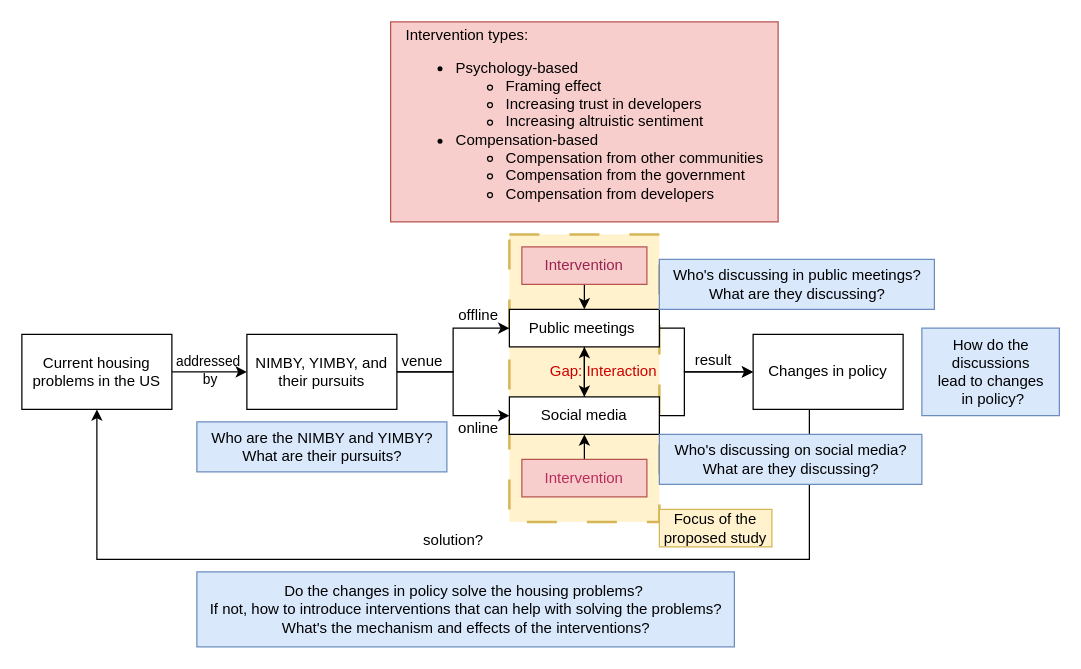
Above: Untitled Diagram.drawio in changgge/changgge (draw.io), before the change. Source tidied: cells renumbered, new cells numbered last; positions are measured from the earlier drawing's top-left corner, leaving out a move shared by most shapes. Both pictures are drawn from the tidied source at 125%, with x=0, y=0 at pixel (21, 21).
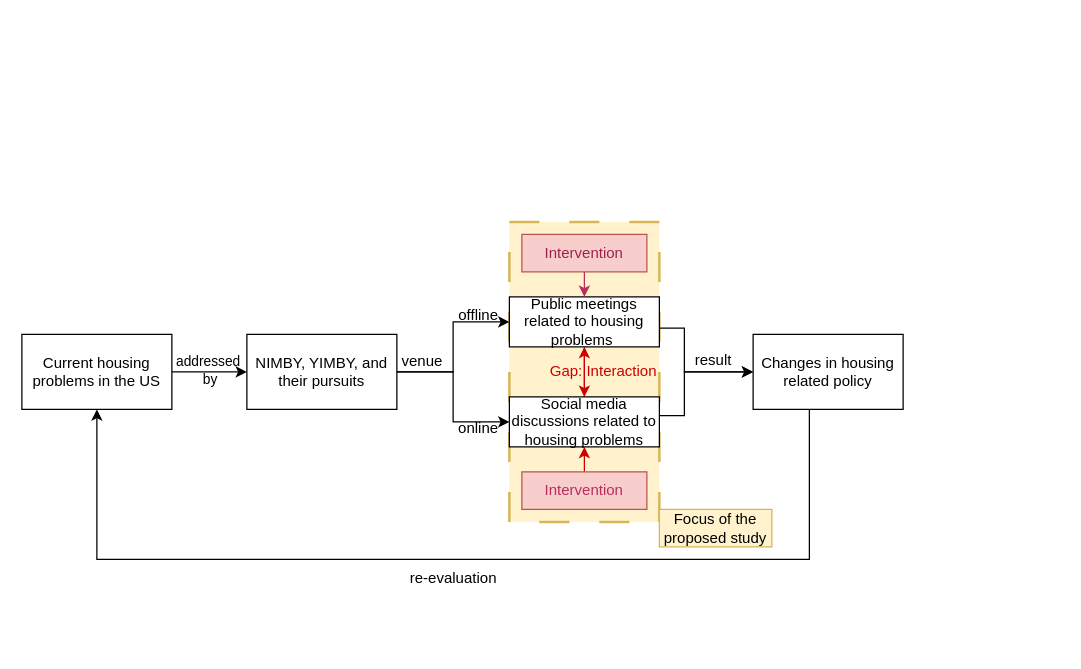
Above is the later version.

What changed in the source:
```diff
@@
     <mxCell id="2" style="rounded=0;whiteSpace=wrap;html=1;fillColor=#fff2cc;dashed=1;dashPattern=12 12;strokeColor=#d6b656;strokeWidth=2;perimeterSpacing=0;fillStyle=solid;" parent="1" vertex="1">
-      <mxGeometry x="390" y="170" width="120" height="230" as="geometry" />
+      <mxGeometry x="390" y="160" width="120" height="240" as="geometry" />
     </mxCell>
@@
-    <mxCell id="10" style="edgeStyle=orthogonalEdgeStyle;rounded=0;jettySize=auto;html=1;exitX=0.5;exitY=1;exitDx=0;exitDy=0;" parent="1" edge="1" source="11" target="16">
+    <mxCell id="10" style="edgeStyle=orthogonalEdgeStyle;rounded=0;jettySize=auto;html=1;exitX=0.5;exitY=1;exitDx=0;exitDy=0;strokeColor=#CC0000;" parent="1" edge="1" source="11" target="16">
       <mxGeometry relative="1" as="geometry" />
     </mxCell>
-    <mxCell id="11" value="Public meetings&amp;nbsp;" style="rounded=0;whiteSpace=wrap;html=1;" parent="1" vertex="1">
-      <mxGeometry x="390" y="230" width="120" height="30" as="geometry" />
+    <mxCell id="11" value="Public meetings related to housing problems&amp;nbsp;" style="rounded=0;whiteSpace=wrap;html=1;" parent="1" vertex="1">
+      <mxGeometry x="390" y="220" width="120" height="40" as="geometry" />
     </mxCell>
-    <mxCell id="12" style="edgeStyle=orthogonalEdgeStyle;rounded=0;jettySize=auto;html=1;exitX=0.5;exitY=0;exitDx=0;exitDy=0;entryX=0.5;entryY=1;entryDx=0;entryDy=0;" parent="1" edge="1" source="13" target="16">
+    <mxCell id="12" style="edgeStyle=orthogonalEdgeStyle;rounded=0;jettySize=auto;html=1;exitX=0.5;exitY=0;exitDx=0;exitDy=0;entryX=0.5;entryY=1;entryDx=0;entryDy=0;strokeColor=#CC0000;" parent="1" edge="1" source="13" target="16">
       <mxGeometry relative="1" as="geometry" />
     </mxCell>
     <mxCell id="13" value="&lt;font color=&quot;#b92d5d&quot;&gt;Intervention&lt;/font&gt;" style="rounded=0;whiteSpace=wrap;html=1;fillColor=#f8cecc;strokeColor=#b85450;" parent="1" vertex="1">
-      <mxGeometry x="400" y="350" width="100" height="30" as="geometry" />
+      <mxGeometry x="400" y="360" width="100" height="30" as="geometry" />
     </mxCell>
-    <mxCell id="14" style="edgeStyle=orthogonalEdgeStyle;rounded=0;jettySize=auto;html=1;exitX=0.5;exitY=0;exitDx=0;exitDy=0;entryX=0.5;entryY=1;entryDx=0;entryDy=0;" parent="1" edge="1" source="16" target="11">
+    <mxCell id="14" style="edgeStyle=orthogonalEdgeStyle;rounded=0;jettySize=auto;html=1;exitX=0.5;exitY=0;exitDx=0;exitDy=0;entryX=0.5;entryY=1;entryDx=0;entryDy=0;strokeColor=#CC0000;" parent="1" edge="1" source="16" target="11">
       <mxGeometry relative="1" as="geometry" />
     </mxCell>
@@
-    <mxCell id="16" value="Social media" style="rounded=0;whiteSpace=wrap;html=1;" parent="1" vertex="1">
-      <mxGeometry x="390" y="300" width="120" height="30" as="geometry" />
+    <mxCell id="16" value="Social media discussions related to housing problems" style="rounded=0;whiteSpace=wrap;html=1;" parent="1" vertex="1">
+      <mxGeometry x="390" y="300" width="120" height="40" as="geometry" />
     </mxCell>
-    <mxCell id="17" style="edgeStyle=orthogonalEdgeStyle;rounded=0;jettySize=auto;html=1;exitX=0.5;exitY=1;exitDx=0;exitDy=0;entryX=0.5;entryY=0;entryDx=0;entryDy=0;" parent="1" edge="1" source="22" target="11">
+    <mxCell id="17" style="edgeStyle=orthogonalEdgeStyle;rounded=0;jettySize=auto;html=1;exitX=0.5;exitY=1;exitDx=0;exitDy=0;entryX=0.5;entryY=0;entryDx=0;entryDy=0;strokeColor=#b92d5d;" parent="1" edge="1" source="22" target="11">
       <mxGeometry relative="1" as="geometry" />
     </mxCell>
@@
-    <mxCell id="19" value="Changes in policy" style="rounded=0;whiteSpace=wrap;html=1;" parent="1" vertex="1">
+    <mxCell id="19" value="Changes in housing related policy" style="rounded=0;whiteSpace=wrap;html=1;" parent="1" vertex="1">
       <mxGeometry x="585" y="250" width="120" height="60" as="geometry" />
     </mxCell>
@@
     <mxCell id="22" value="&lt;font color=&quot;#9a244f&quot;&gt;Intervention&lt;/font&gt;" style="rounded=0;whiteSpace=wrap;html=1;fillColor=#f8cecc;strokeColor=#b85450;" parent="1" vertex="1">
-      <mxGeometry x="400" y="180" width="100" height="30" as="geometry" />
+      <mxGeometry x="400" y="170" width="100" height="30" as="geometry" />
     </mxCell>
@@
-    <mxCell id="24" value="solution?" style="text;html=1;align=center;verticalAlign=middle;strokeColor=none;fillColor=none;" parent="1" vertex="1">
-      <mxGeometry x="310" y="400" width="70" height="30" as="geometry" />
+    <mxCell id="24" value="re-evaluation" style="text;html=1;align=center;verticalAlign=middle;strokeColor=none;fillColor=none;" parent="1" vertex="1">
+      <mxGeometry x="300" y="430" width="90" height="30" as="geometry" />
     </mxCell>
-    <mxCell id="25" value="Who are the NIMBY and YIMBY?&lt;br&gt;What are their pursuits?" style="text;html=1;align=center;verticalAlign=middle;strokeColor=#6c8ebf;fillColor=#dae8fc;" parent="1" vertex="1">
-      <mxGeometry x="140" y="320" width="200" height="40" as="geometry" />
-    </mxCell>
-    <mxCell id="26" value="Who's discussing in public meetings?&lt;br&gt;What are they discussing?" style="text;html=1;align=center;verticalAlign=middle;strokeColor=#6c8ebf;fillColor=#dae8fc;" parent="1" vertex="1">
-      <mxGeometry x="510" y="190" width="220" height="40" as="geometry" />
-    </mxCell>
-    <mxCell id="27" value="Who's discussing on social media?&lt;br&gt;What are they discussing?" style="text;html=1;align=center;verticalAlign=middle;strokeColor=#6c8ebf;fillColor=#dae8fc;" parent="1" vertex="1">
-      <mxGeometry x="510" y="330" width="210" height="40" as="geometry" />
-    </mxCell>
-    <mxCell id="28" value="Do the changes in policy solve the housing problems?&amp;nbsp;&lt;br&gt;If not, how to introduce interventions that can help with solving the problems?&lt;br&gt;What's the mechanism and effects of the interventions?" style="text;html=1;align=center;verticalAlign=middle;strokeColor=#6c8ebf;fillColor=#dae8fc;" parent="1" vertex="1">
-      <mxGeometry x="140" y="440" width="430" height="60" as="geometry" />
-    </mxCell>
-    <mxCell id="29" value="How do the &lt;br&gt;discussions &lt;br&gt;lead to changes&lt;br&gt;&amp;nbsp;in policy?" style="text;html=1;align=center;verticalAlign=middle;strokeColor=#6c8ebf;fillColor=#dae8fc;" parent="1" vertex="1">
-      <mxGeometry x="720" y="245" width="110" height="70" as="geometry" />
-    </mxCell>
@@
-    <mxCell id="32" value="&lt;div style=&quot;text-align: left;&quot;&gt;Intervention types:&lt;/div&gt;&lt;div style=&quot;&quot;&gt;&lt;ul&gt;&lt;li style=&quot;text-align: left;&quot;&gt;&lt;span style=&quot;white-space: pre;&quot;&gt;Psychology-based&lt;/span&gt;&lt;/li&gt;&lt;ul&gt;&lt;li style=&quot;text-align: left;&quot;&gt;&lt;span style=&quot;white-space: pre;&quot;&gt;Framing effect&lt;/span&gt;&lt;/li&gt;&lt;li style=&quot;text-align: left;&quot;&gt;&lt;span style=&quot;white-space: pre;&quot;&gt;Increasing trust in developers&lt;/span&gt;&lt;/li&gt;&lt;li style=&quot;text-align: left;&quot;&gt;&lt;span style=&quot;white-space: pre;&quot;&gt;Increasing altruistic sentiment &lt;/span&gt;&lt;/li&gt;&lt;/ul&gt;&lt;li style=&quot;text-align: left;&quot;&gt;&lt;span style=&quot;white-space: pre;&quot;&gt;Compensation-based &lt;/span&gt;&lt;br&gt;&lt;/li&gt;&lt;ul&gt;&lt;li style=&quot;text-align: left;&quot;&gt;&lt;span style=&quot;white-space: pre;&quot;&gt;Compensation from other communities&lt;/span&gt;&lt;/li&gt;&lt;li style=&quot;text-align: left;&quot;&gt;&lt;span style=&quot;white-space: pre;&quot;&gt;Compensation from the government&lt;/span&gt;&lt;/li&gt;&lt;li style=&quot;text-align: left;&quot;&gt;&lt;span style=&quot;white-space: pre;&quot;&gt;Compensation from developers&lt;/span&gt;&lt;/li&gt;&lt;/ul&gt;&lt;/ul&gt;&lt;/div&gt;" style="text;html=1;align=center;verticalAlign=middle;strokeColor=#b85450;fillColor=#f8cecc;" parent="1" vertex="1">
-      <mxGeometry x="295" width="310" height="160" as="geometry" />
-    </mxCell>
```
